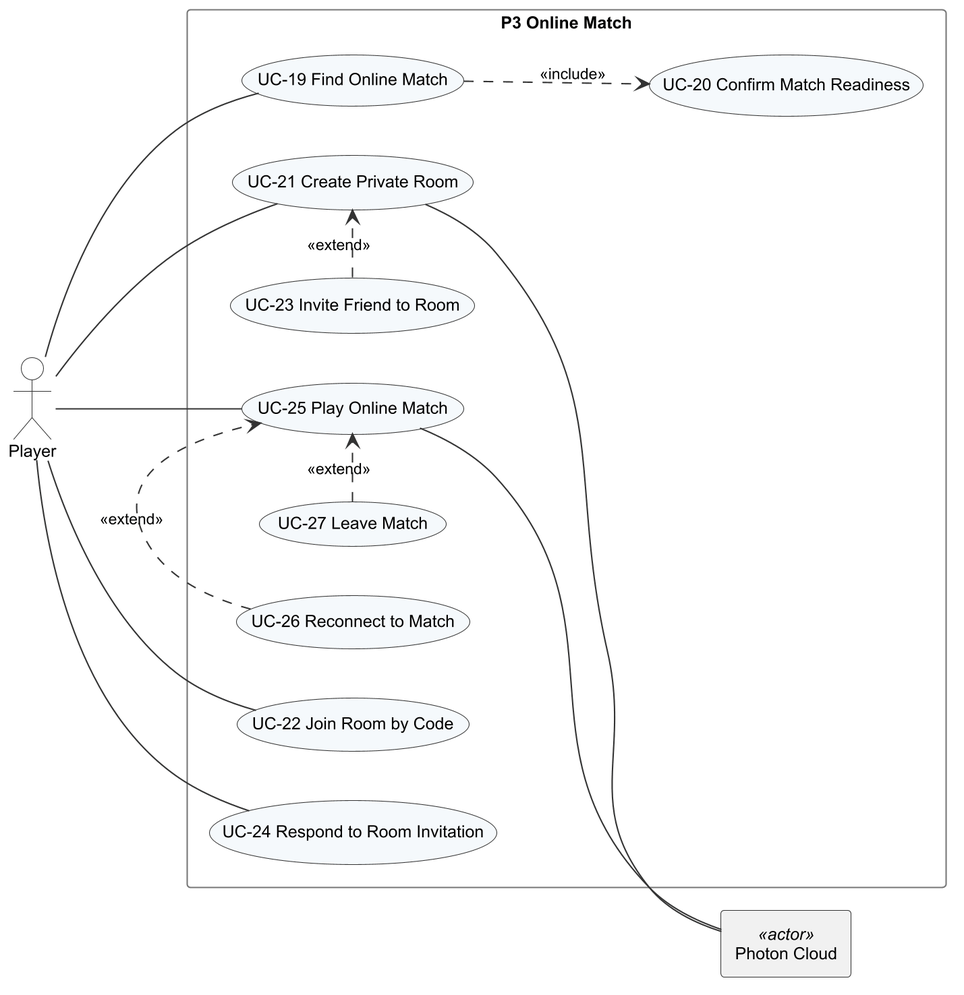
Tad-Min/PickleVerse keeps this PlantUML diagram as Doc/Project_report/Report/diagrams/png/r3_uc_p3_online.png. Above is the earlier version.
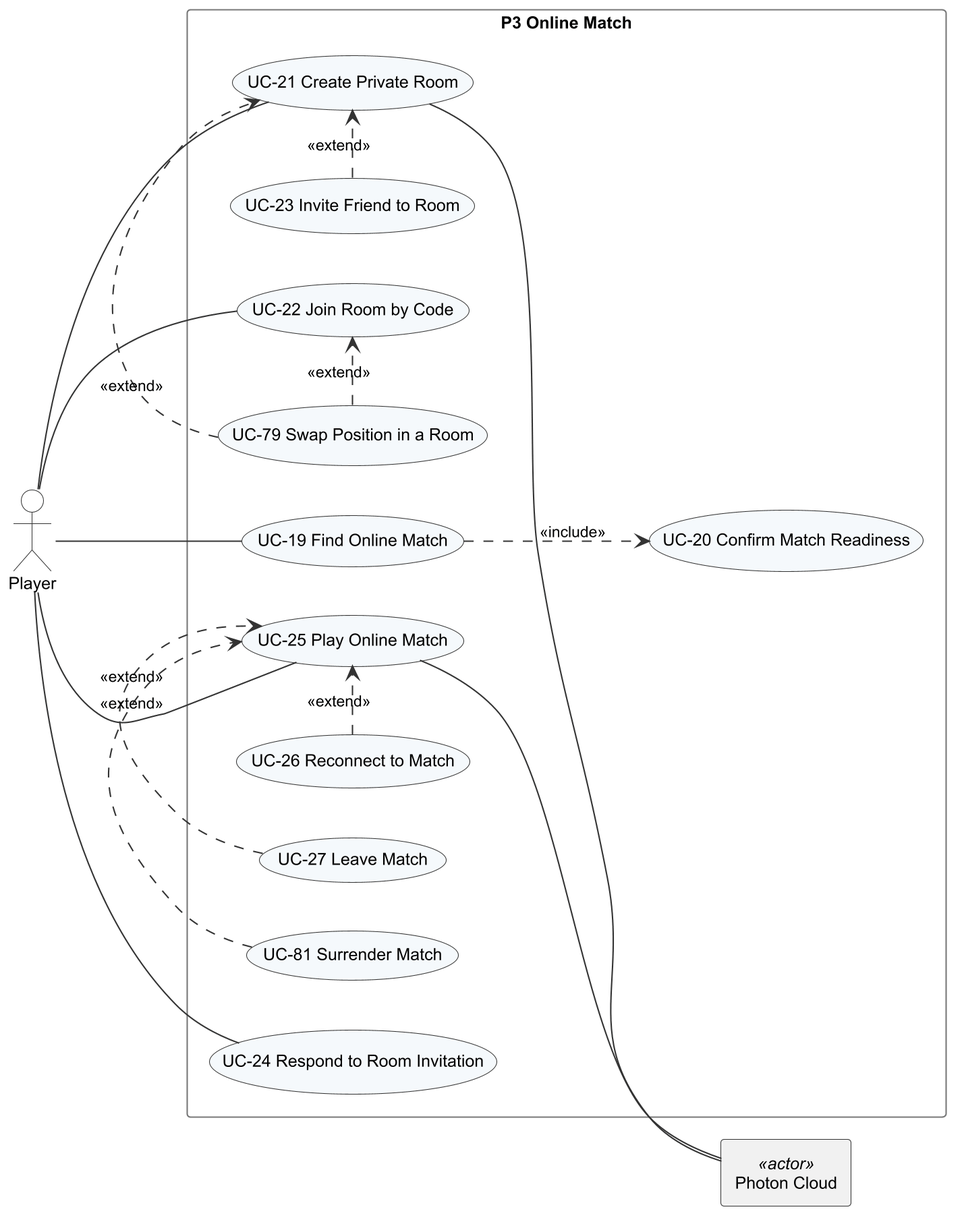
Above is the later version.

Diff of the diagram source:
```diff
@@ -13,6 +13,8 @@
   usecase "UC-25 Play Online Match" as UC25
   usecase "UC-26 Reconnect to Match" as UC26
   usecase "UC-27 Leave Match" as UC27
+  usecase "UC-79 Swap Position in a Room" as UC79
+  usecase "UC-81 Surrender Match" as UC81
 }
 Player -- UC19
 Player -- UC21
@@ -21,8 +23,11 @@
 Player -- UC25
 UC19 ..> UC20 : <<include>>
 UC23 .> UC21 : <<extend>>
+UC79 .> UC21 : <<extend>>
+UC79 .> UC22 : <<extend>>
 UC26 .> UC25 : <<extend>>
 UC27 .> UC25 : <<extend>>
+UC81 .> UC25 : <<extend>>
 UC21 -- PC
 UC25 -- PC
 @enduml
```
